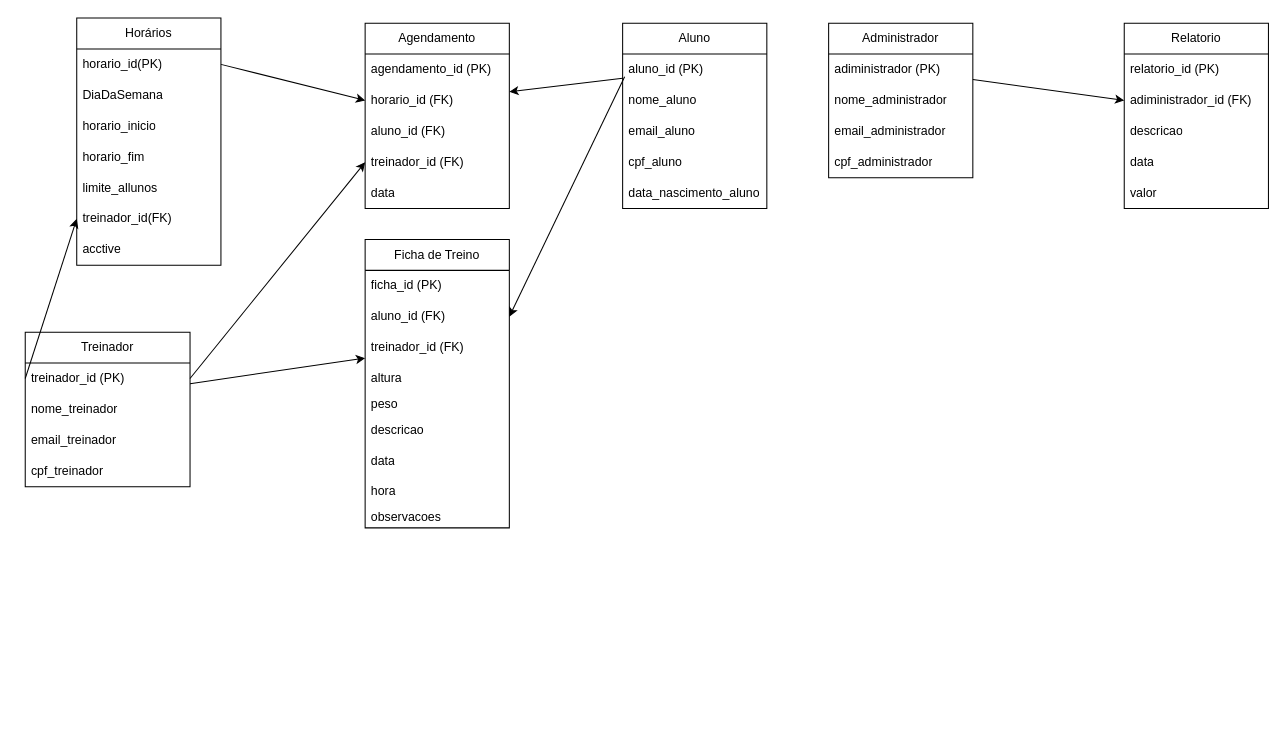
Before: modelo logico.drawio in gyma-project/gyma-docs, a draw.io diagram. Source tidied: cells renumbered, new cells numbered last; positions are measured from the earlier drawing's top-left corner, leaving out a move shared by most shapes. Both pictures are drawn from the tidied source at 103%, with x=0, y=0 at pixel (25, 18).
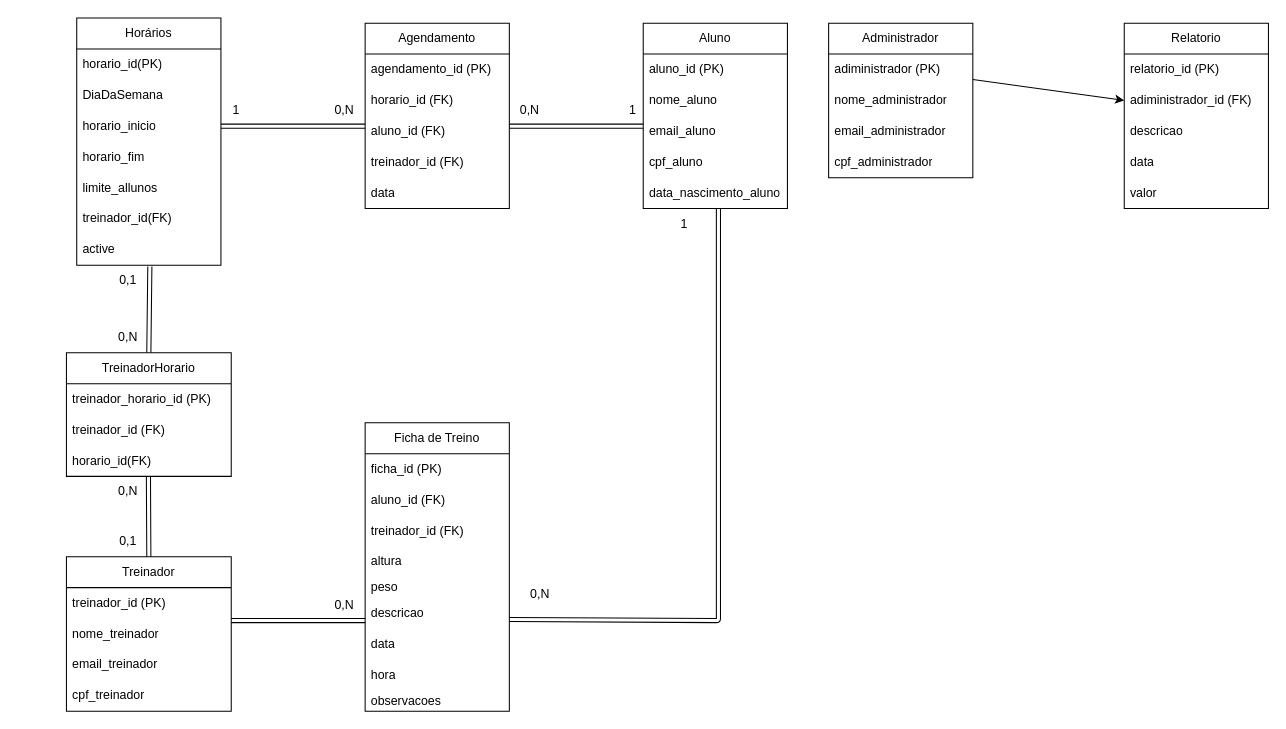
The same page after the edit.

Commit message:
feat: sugestão de alteração no modelo lógico

Unchanged cells that the change refers to:
```xml
<mxCell id="18" value="Agendamento" style="swimlane;fontStyle=0;horizontal=1;startSize=30;whiteSpace=wrap;html=1;" parent="1" vertex="1">
  <mxGeometry x="330" y="5" width="140" height="180" as="geometry" />
</mxCell>
<mxCell id="26" value="aluno_id (FK)" style="text;strokeColor=none;fillColor=none;align=left;verticalAlign=middle;spacingLeft=4;spacingRight=4;overflow=hidden;points=[[0,0.5],[1,0.5]];portConstraint=eastwest;whiteSpace=wrap;html=1;" parent="24" vertex="1">
  <mxGeometry y="60" width="140" height="30" as="geometry" />
</mxCell>
<mxCell id="27" value="treinador_id (FK)" style="text;strokeColor=none;fillColor=none;align=left;verticalAlign=middle;spacingLeft=4;spacingRight=4;overflow=hidden;points=[[0,0.5],[1,0.5]];portConstraint=eastwest;whiteSpace=wrap;html=1;" parent="24" vertex="1">
  <mxGeometry y="90" width="140" height="30" as="geometry" />
</mxCell>
<mxCell id="44" value="Horários" style="swimlane;fontStyle=0;horizontal=1;startSize=30;whiteSpace=wrap;html=1;" parent="1" vertex="1">
  <mxGeometry x="50" width="140" height="240" as="geometry" />
</mxCell>
<mxCell id="47" value="horario_inicio" style="text;strokeColor=none;fillColor=none;align=left;verticalAlign=middle;spacingLeft=4;spacingRight=4;overflow=hidden;points=[[0,0.5],[1,0.5]];portConstraint=eastwest;whiteSpace=wrap;html=1;" parent="44" vertex="1">
  <mxGeometry y="90" width="140" height="30" as="geometry" />
</mxCell>
```

The edit, as a diff of the source:
```diff
@@
     <mxCell id="2" value="Aluno" style="swimlane;fontStyle=0;horizontal=1;startSize=30;whiteSpace=wrap;html=1;" parent="1" vertex="1">
-      <mxGeometry x="580" y="5" width="140" height="180" as="geometry" />
+      <mxGeometry x="600" y="5" width="140" height="180" as="geometry" />
     </mxCell>
-    <mxCell id="3" value="aluno_id (PK)&lt;br/&gt;" style="text;strokeColor=none;fillColor=none;align=left;verticalAlign=middle;spacingLeft=4;spacingRight=4;overflow=hidden;points=[[0,0.5],[1,0.5]];portConstraint=eastwest;whiteSpace=wrap;html=1;" parent="2" vertex="1">
+    <mxCell id="3" value="aluno_id (PK)&lt;br/&gt;" style="text;align=left;verticalAlign=middle;spacingLeft=4;spacingRight=4;overflow=hidden;points=[[0,0.5],[1,0.5]];portConstraint=eastwest;whiteSpace=wrap;html=1;" parent="2" vertex="1">
       <mxGeometry y="30" width="140" height="30" as="geometry" />
     </mxCell>
@@
+    <mxCell id="55" style="edgeStyle=none;shape=link;html=1;entryX=0.507;entryY=1.039;entryDx=0;entryDy=0;entryPerimeter=0;exitX=0.5;exitY=0;exitDx=0;exitDy=0;" parent="1" edge="1" source="62" target="51">
+      <mxGeometry relative="1" as="geometry" />
+    </mxCell>
     <mxCell id="8" value="Treinador" style="swimlane;fontStyle=0;horizontal=1;startSize=30;whiteSpace=wrap;html=1;" parent="1" vertex="1">
-      <mxGeometry y="305" width="160" height="150" as="geometry" />
+      <mxGeometry x="40" y="523" width="160" height="150" as="geometry" />
     </mxCell>
-    <mxCell id="9" value="treinador_id (PK)" style="text;strokeColor=none;fillColor=none;align=left;verticalAlign=middle;spacingLeft=4;spacingRight=4;overflow=hidden;points=[[0,0.5],[1,0.5]];portConstraint=eastwest;whiteSpace=wrap;html=1;" parent="8" vertex="1">
+    <mxCell id="9" value="treinador_id (PK)" style="text;align=left;verticalAlign=middle;spacingLeft=4;spacingRight=4;overflow=hidden;points=[[0,0.5],[1,0.5]];portConstraint=eastwest;whiteSpace=wrap;html=1;" parent="8" vertex="1">
       <mxGeometry y="30" width="160" height="30" as="geometry" />
     </mxCell>
@@
-    <mxCell id="19" value="agendamento_id (PK)" style="text;strokeColor=none;fillColor=none;align=left;verticalAlign=middle;spacingLeft=4;spacingRight=4;overflow=hidden;whiteSpace=wrap;html=1;" parent="18" vertex="1">
+    <mxCell id="19" value="agendamento_id (PK)" style="text;align=left;verticalAlign=middle;spacingLeft=4;spacingRight=4;overflow=hidden;whiteSpace=wrap;html=1;" parent="18" vertex="1">
       <mxGeometry y="30" width="140" height="30" as="geometry" />
     </mxCell>
-    <mxCell id="20" value="horario_id (FK)" style="text;strokeColor=none;fillColor=none;align=left;verticalAlign=middle;spacingLeft=4;spacingRight=4;overflow=hidden;points=[[0,0.5],[1,0.5]];portConstraint=eastwest;whiteSpace=wrap;html=1;" parent="18" vertex="1">
+    <mxCell id="20" value="horario_id (FK)" style="text;align=left;verticalAlign=middle;spacingLeft=4;spacingRight=4;overflow=hidden;points=[[0,0.5],[1,0.5]];portConstraint=eastwest;whiteSpace=wrap;html=1;" parent="18" vertex="1">
       <mxGeometry y="60" width="140" height="30" as="geometry" />
     </mxCell>
-    <mxCell id="21" value="aluno_id (FK)" style="text;strokeColor=none;fillColor=none;align=left;verticalAlign=middle;spacingLeft=4;spacingRight=4;overflow=hidden;whiteSpace=wrap;html=1;" parent="18" vertex="1">
+    <mxCell id="21" value="aluno_id (FK)" style="text;align=left;verticalAlign=middle;spacingLeft=4;spacingRight=4;overflow=hidden;whiteSpace=wrap;html=1;" parent="18" vertex="1">
       <mxGeometry y="90" width="140" height="30" as="geometry" />
     </mxCell>
-    <mxCell id="22" value="treinador_id (FK)" style="text;strokeColor=none;fillColor=none;align=left;verticalAlign=middle;spacingLeft=4;spacingRight=4;overflow=hidden;points=[[0,0.5],[1,0.5]];portConstraint=eastwest;whiteSpace=wrap;html=1;" parent="18" vertex="1">
+    <mxCell id="22" value="treinador_id (FK)" style="text;align=left;verticalAlign=middle;spacingLeft=4;spacingRight=4;overflow=hidden;points=[[0,0.5],[1,0.5]];portConstraint=eastwest;whiteSpace=wrap;html=1;" parent="18" vertex="1">
       <mxGeometry y="120" width="140" height="30" as="geometry" />
     </mxCell>
@@
     <mxCell id="24" value="Ficha de Treino" style="swimlane;fontStyle=0;horizontal=1;startSize=30;whiteSpace=wrap;html=1;" parent="1" vertex="1">
-      <mxGeometry x="330" y="215" width="140" height="280" as="geometry" />
+      <mxGeometry x="330" y="393" width="140" height="280" as="geometry" />
     </mxCell>
@@
-    <mxCell id="40" style="edgeStyle=none;html=1;" parent="1" edge="1" source="3" target="20">
-      <mxGeometry relative="1" as="geometry" />
-    </mxCell>
-    <mxCell id="41" style="edgeStyle=none;html=1;entryX=1;entryY=0.5;entryDx=0;entryDy=0;exitX=0.014;exitY=0.733;exitDx=0;exitDy=0;exitPerimeter=0;" parent="1" edge="1" source="3" target="26">
-      <mxGeometry relative="1" as="geometry" />
-    </mxCell>
-    <mxCell id="42" style="edgeStyle=none;html=1;exitX=1;exitY=0.667;exitDx=0;exitDy=0;exitPerimeter=0;" parent="1" edge="1" source="9" target="27">
-      <mxGeometry relative="1" as="geometry" />
-    </mxCell>
@@
-    <mxCell id="45" value="horario_id(PK)" style="text;strokeColor=none;fillColor=none;align=left;verticalAlign=middle;spacingLeft=4;spacingRight=4;overflow=hidden;points=[[0,0.5],[1,0.5]];portConstraint=eastwest;whiteSpace=wrap;html=1;" parent="44" vertex="1">
+    <mxCell id="45" value="horario_id(PK)" style="text;align=left;verticalAlign=middle;spacingLeft=4;spacingRight=4;overflow=hidden;points=[[0,0.5],[1,0.5]];portConstraint=eastwest;whiteSpace=wrap;html=1;" parent="44" vertex="1">
       <mxGeometry y="30" width="140" height="30" as="geometry" />
     </mxCell>
@@
-    <mxCell id="50" value="treinador_id(FK)" style="text;strokeColor=none;fillColor=none;align=left;verticalAlign=middle;spacingLeft=4;spacingRight=4;overflow=hidden;points=[[0,0.5],[1,0.5]];portConstraint=eastwest;whiteSpace=wrap;html=1;" parent="44" vertex="1">
+    <mxCell id="50" value="treinador_id(FK)" style="text;align=left;verticalAlign=middle;spacingLeft=4;spacingRight=4;overflow=hidden;points=[[0,0.5],[1,0.5]];portConstraint=eastwest;whiteSpace=wrap;html=1;" parent="44" vertex="1">
       <mxGeometry y="180" width="140" height="30" as="geometry" />
     </mxCell>
-    <mxCell id="51" value="acctive" style="text;strokeColor=none;fillColor=none;align=left;verticalAlign=middle;spacingLeft=4;spacingRight=4;overflow=hidden;points=[[0,0.5],[1,0.5]];portConstraint=eastwest;whiteSpace=wrap;html=1;" parent="44" vertex="1">
+    <mxCell id="51" value="active" style="text;strokeColor=none;fillColor=none;align=left;verticalAlign=middle;spacingLeft=4;spacingRight=4;overflow=hidden;points=[[0,0.5],[1,0.5]];portConstraint=eastwest;whiteSpace=wrap;html=1;" parent="44" vertex="1">
       <mxGeometry y="210" width="140" height="30" as="geometry" />
     </mxCell>
-    <mxCell id="52" style="edgeStyle=none;html=1;entryX=0;entryY=0.5;entryDx=0;entryDy=0;exitX=0;exitY=0.5;exitDx=0;exitDy=0;" parent="1" edge="1" source="9" target="50">
-      <mxGeometry relative="1" as="geometry" />
-    </mxCell>
-    <mxCell id="53" style="edgeStyle=none;html=1;entryX=0;entryY=0.5;entryDx=0;entryDy=0;exitX=1;exitY=0.5;exitDx=0;exitDy=0;" parent="1" edge="1" source="45" target="20">
-      <mxGeometry relative="1" as="geometry" />
-    </mxCell>
-    <mxCell id="54" style="edgeStyle=none;html=1;entryX=0;entryY=0.5;entryDx=0;entryDy=0;exitX=1;exitY=0.5;exitDx=0;exitDy=0;" parent="1" edge="1" source="9" target="22">
-      <mxGeometry relative="1" as="geometry" />
-    </mxCell>
+    <mxCell id="56" style="edgeStyle=none;html=1;shape=link;" parent="1" edge="1" source="47">
+      <mxGeometry relative="1" as="geometry">
+        <mxPoint x="330" y="105" as="targetPoint" />
+      </mxGeometry>
+    </mxCell>
+    <mxCell id="57" style="edgeStyle=none;html=1;shape=link;" parent="1" edge="1">
+      <mxGeometry relative="1" as="geometry">
+        <mxPoint x="470" y="105" as="sourcePoint" />
+        <mxPoint x="600" y="105" as="targetPoint" />
+      </mxGeometry>
+    </mxCell>
+    <mxCell id="58" value="0,N" style="text;html=1;strokeColor=none;fillColor=none;align=center;verticalAlign=middle;whiteSpace=wrap;rounded=0;" parent="1" vertex="1">
+      <mxGeometry x="280" y="75" width="60" height="30" as="geometry" />
+    </mxCell>
+    <mxCell id="59" value="1" style="text;html=1;strokeColor=none;fillColor=none;align=center;verticalAlign=middle;whiteSpace=wrap;rounded=0;" parent="1" vertex="1">
+      <mxGeometry x="175" y="75" width="60" height="30" as="geometry" />
+    </mxCell>
+    <mxCell id="60" value="0,1" style="text;html=1;strokeColor=none;fillColor=none;align=center;verticalAlign=middle;whiteSpace=wrap;rounded=0;" parent="1" vertex="1">
+      <mxGeometry x="70" y="240" width="60" height="30" as="geometry" />
+    </mxCell>
+    <mxCell id="61" value="0,1" style="text;html=1;strokeColor=none;fillColor=none;align=center;verticalAlign=middle;whiteSpace=wrap;rounded=0;" parent="1" vertex="1">
+      <mxGeometry x="70" y="493" width="60" height="30" as="geometry" />
+    </mxCell>
+    <mxCell id="62" value="TreinadorHorario" style="swimlane;fontStyle=0;horizontal=1;startSize=30;whiteSpace=wrap;html=1;" parent="1" vertex="1">
+      <mxGeometry x="40" y="325" width="160" height="120" as="geometry" />
+    </mxCell>
+    <mxCell id="63" value="treinador_horario_id (PK)" style="text;align=left;verticalAlign=middle;spacingLeft=4;spacingRight=4;overflow=hidden;whiteSpace=wrap;html=1;" parent="62" vertex="1">
+      <mxGeometry y="30" width="160" height="30" as="geometry" />
+    </mxCell>
+    <mxCell id="64" value="treinador_id (FK)" style="text;strokeColor=none;fillColor=none;align=left;verticalAlign=middle;spacingLeft=4;spacingRight=4;overflow=hidden;whiteSpace=wrap;html=1;" parent="62" vertex="1">
+      <mxGeometry y="60" width="160" height="30" as="geometry" />
+    </mxCell>
+    <mxCell id="65" value="horario_id(FK)" style="text;strokeColor=none;fillColor=none;align=left;verticalAlign=middle;spacingLeft=4;spacingRight=4;overflow=hidden;whiteSpace=wrap;html=1;" parent="62" vertex="1">
+      <mxGeometry y="90" width="160" height="30" as="geometry" />
+    </mxCell>
+    <mxCell id="66" style="edgeStyle=none;shape=link;html=1;entryX=0.507;entryY=1.039;entryDx=0;entryDy=0;entryPerimeter=0;exitX=0.5;exitY=0;exitDx=0;exitDy=0;" parent="1" edge="1" source="8">
+      <mxGeometry relative="1" as="geometry">
+        <mxPoint x="119.6" y="445" as="targetPoint" />
+      </mxGeometry>
+    </mxCell>
+    <mxCell id="67" value="0,N" style="text;html=1;strokeColor=none;fillColor=none;align=center;verticalAlign=middle;whiteSpace=wrap;rounded=0;" parent="1" vertex="1">
+      <mxGeometry x="70" y="445" width="60" height="30" as="geometry" />
+    </mxCell>
+    <mxCell id="68" value="0,N" style="text;html=1;strokeColor=none;fillColor=none;align=center;verticalAlign=middle;whiteSpace=wrap;rounded=0;" parent="1" vertex="1">
+      <mxGeometry x="70" y="295" width="60" height="30" as="geometry" />
+    </mxCell>
+    <mxCell id="69" style="edgeStyle=none;html=1;shape=link;" parent="1" edge="1">
+      <mxGeometry relative="1" as="geometry">
+        <mxPoint x="200" y="585" as="sourcePoint" />
+        <mxPoint x="330" y="585" as="targetPoint" />
+      </mxGeometry>
+    </mxCell>
+    <mxCell id="70" value="0,N" style="text;html=1;strokeColor=none;fillColor=none;align=center;verticalAlign=middle;whiteSpace=wrap;rounded=0;" parent="1" vertex="1">
+      <mxGeometry x="280" y="555" width="60" height="30" as="geometry" />
+    </mxCell>
+    <mxCell id="71" style="edgeStyle=none;html=1;shape=link;" parent="1" edge="1">
+      <mxGeometry relative="1" as="geometry">
+        <mxPoint x="470" y="584" as="sourcePoint" />
+        <mxPoint x="673" y="185" as="targetPoint" />
+        <Array as="points">
+          <mxPoint x="673" y="585" />
+        </Array>
+      </mxGeometry>
+    </mxCell>
+    <mxCell id="72" value="0,N" style="text;html=1;strokeColor=none;fillColor=none;align=center;verticalAlign=middle;whiteSpace=wrap;rounded=0;" parent="1" vertex="1">
+      <mxGeometry x="460" y="75" width="60" height="30" as="geometry" />
+    </mxCell>
+    <mxCell id="73" value="1" style="text;html=1;strokeColor=none;fillColor=none;align=center;verticalAlign=middle;whiteSpace=wrap;rounded=0;" parent="1" vertex="1">
+      <mxGeometry x="560" y="75" width="60" height="30" as="geometry" />
+    </mxCell>
+    <mxCell id="74" value="1" style="text;html=1;strokeColor=none;fillColor=none;align=center;verticalAlign=middle;whiteSpace=wrap;rounded=0;" parent="1" vertex="1">
+      <mxGeometry x="610" y="185" width="60" height="30" as="geometry" />
+    </mxCell>
+    <mxCell id="75" value="0,N" style="text;html=1;strokeColor=none;fillColor=none;align=center;verticalAlign=middle;whiteSpace=wrap;rounded=0;" parent="1" vertex="1">
+      <mxGeometry x="470" y="545" width="60" height="30" as="geometry" />
+    </mxCell>
```
